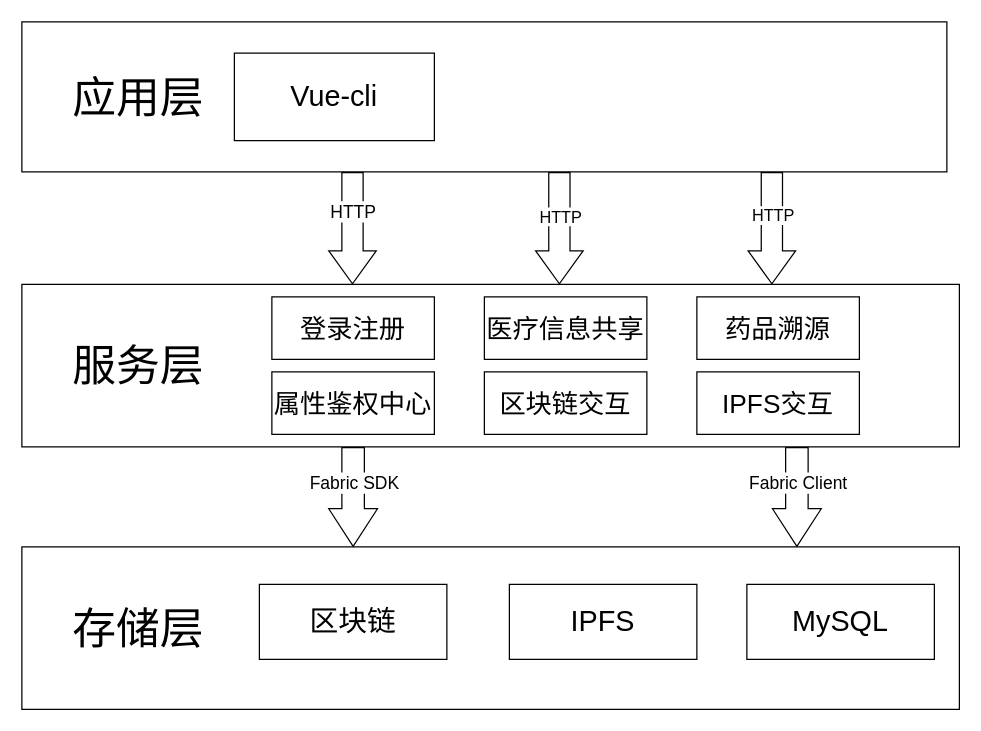
The draw.io diagram 未命名绘图.drawio in hsy145/remote-test, before the edit. Source tidied: cells renumbered, new cells numbered last; positions are measured from the earlier drawing's top-left corner, leaving out a move shared by most shapes. Both pictures are drawn from the tidied source at 125%, with x=0, y=0 at pixel (21, 21).
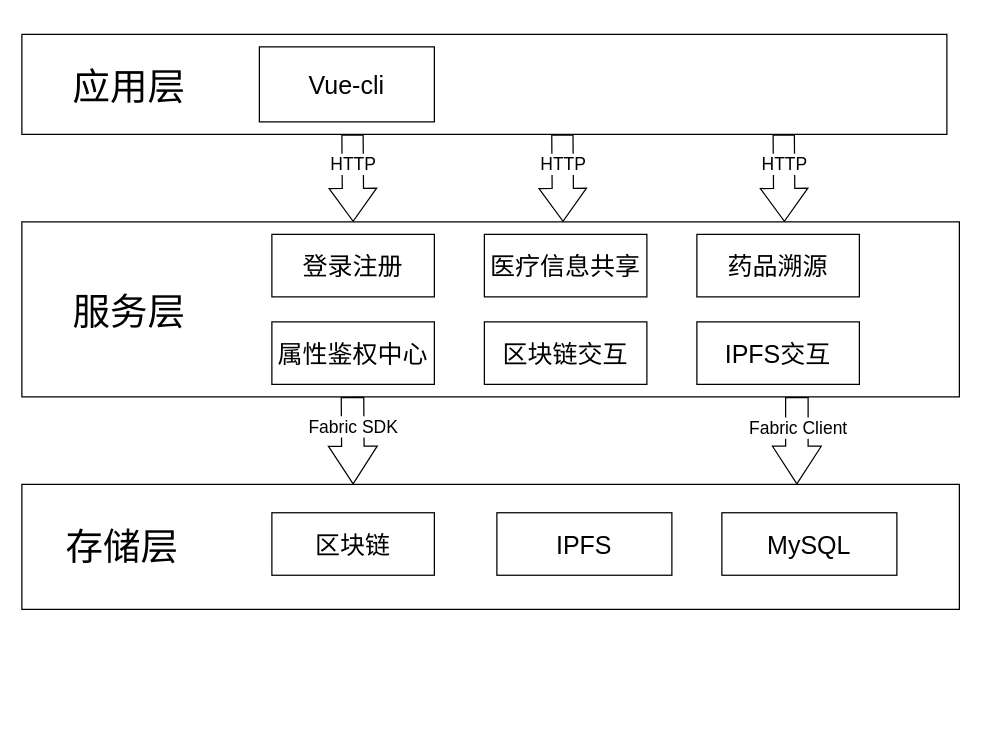
The same diagram, later.

What changed in the source:
```diff
@@
-    <mxCell id="2" value="&lt;font style=&quot;font-size: 35px;&quot;&gt;&amp;nbsp; &amp;nbsp; 应用层&amp;nbsp; &amp;nbsp;&lt;/font&gt;" style="rounded=0;whiteSpace=wrap;html=1;align=left;" parent="1" vertex="1">
-      <mxGeometry width="740" height="120" as="geometry" />
+    <mxCell id="2" value="&lt;font style=&quot;font-size: 35px;&quot;&gt;&amp;nbsp; &amp;nbsp; &lt;/font&gt;&lt;font style=&quot;font-size: 30px;&quot;&gt;应用层&lt;/font&gt;&lt;font style=&quot;font-size: 35px;&quot;&gt;&amp;nbsp; &amp;nbsp;&lt;/font&gt;" style="rounded=0;whiteSpace=wrap;html=1;align=left;" parent="1" vertex="1">
+      <mxGeometry y="10" width="740" height="80" as="geometry" />
     </mxCell>
-    <mxCell id="3" value="&lt;font style=&quot;font-size: 23px;&quot;&gt;Vue-cli&lt;/font&gt;" style="rounded=0;whiteSpace=wrap;html=1;" parent="1" vertex="1">
-      <mxGeometry x="170" y="25" width="160" height="70" as="geometry" />
+    <mxCell id="3" value="&lt;font style=&quot;font-size: 20px;&quot;&gt;Vue-cli&lt;/font&gt;" style="rounded=0;whiteSpace=wrap;html=1;" parent="1" vertex="1">
+      <mxGeometry x="190" y="20" width="140" height="60" as="geometry" />
     </mxCell>
+    <mxCell id="25" style="group;" parent="1" vertex="1">
+      <mxGeometry y="160" width="750" height="140" as="geometry" />
+    </mxCell>
-    <mxCell id="4" value="&lt;font style=&quot;font-size: 35px;&quot;&gt;&amp;nbsp; &amp;nbsp; 服务层&amp;nbsp; &amp;nbsp;&lt;/font&gt;" style="rounded=0;whiteSpace=wrap;html=1;align=left;" parent="1" vertex="1">
-      <mxGeometry y="210" width="750" height="130" as="geometry" />
+    <mxCell id="4" value="&lt;font style=&quot;font-size: 35px;&quot;&gt;&amp;nbsp; &amp;nbsp; &lt;/font&gt;&lt;font style=&quot;font-size: 30px;&quot;&gt;服务层&lt;/font&gt;&lt;font style=&quot;font-size: 35px;&quot;&gt;&amp;nbsp; &amp;nbsp;&lt;/font&gt;" style="rounded=0;whiteSpace=wrap;html=1;align=left;" parent="25" vertex="1">
+      <mxGeometry width="750" height="140" as="geometry" />
     </mxCell>
-    <mxCell id="5" value="&lt;font style=&quot;font-size: 21px;&quot;&gt;登录注册&lt;/font&gt;" style="rounded=0;whiteSpace=wrap;html=1;" parent="1" vertex="1">
-      <mxGeometry x="200" y="220" width="130" height="50" as="geometry" />
+    <mxCell id="5" value="&lt;font style=&quot;font-size: 20px;&quot;&gt;登录注册&lt;/font&gt;" style="rounded=0;whiteSpace=wrap;html=1;" parent="25" vertex="1">
+      <mxGeometry x="200" y="10" width="130" height="50" as="geometry" />
     </mxCell>
-    <mxCell id="6" value="&lt;font style=&quot;font-size: 21px;&quot;&gt;医疗信息共享&lt;/font&gt;" style="rounded=0;whiteSpace=wrap;html=1;" parent="1" vertex="1">
-      <mxGeometry x="370" y="220" width="130" height="50" as="geometry" />
+    <mxCell id="6" value="&lt;font style=&quot;font-size: 20px;&quot;&gt;医疗信息共享&lt;/font&gt;" style="rounded=0;whiteSpace=wrap;html=1;" parent="25" vertex="1">
+      <mxGeometry x="370" y="10" width="130" height="50" as="geometry" />
     </mxCell>
-    <mxCell id="7" value="&lt;font style=&quot;font-size: 21px;&quot;&gt;药品溯源&lt;/font&gt;" style="rounded=0;whiteSpace=wrap;html=1;" parent="1" vertex="1">
-      <mxGeometry x="540" y="220" width="130" height="50" as="geometry" />
+    <mxCell id="7" value="&lt;font style=&quot;font-size: 20px;&quot;&gt;药品溯源&lt;/font&gt;" style="rounded=0;whiteSpace=wrap;html=1;" parent="25" vertex="1">
+      <mxGeometry x="540" y="10" width="130" height="50" as="geometry" />
     </mxCell>
-    <mxCell id="8" value="&lt;font style=&quot;font-size: 21px;&quot;&gt;IPFS交互&lt;/font&gt;" style="rounded=0;whiteSpace=wrap;html=1;" parent="1" vertex="1">
-      <mxGeometry x="540" y="280" width="130" height="50" as="geometry" />
+    <mxCell id="8" value="&lt;font style=&quot;font-size: 20px;&quot;&gt;IPFS交互&lt;/font&gt;" style="rounded=0;whiteSpace=wrap;html=1;" parent="25" vertex="1">
+      <mxGeometry x="540" y="80" width="130" height="50" as="geometry" />
     </mxCell>
-    <mxCell id="9" value="&lt;font style=&quot;font-size: 21px;&quot;&gt;区块链交互&lt;/font&gt;" style="rounded=0;whiteSpace=wrap;html=1;" parent="1" vertex="1">
-      <mxGeometry x="370" y="280" width="130" height="50" as="geometry" />
+    <mxCell id="9" value="&lt;font style=&quot;font-size: 20px;&quot;&gt;区块链交互&lt;/font&gt;" style="rounded=0;whiteSpace=wrap;html=1;" parent="25" vertex="1">
+      <mxGeometry x="370" y="80" width="130" height="50" as="geometry" />
     </mxCell>
-    <mxCell id="10" value="&lt;font style=&quot;font-size: 21px;&quot;&gt;属性鉴权中心&lt;/font&gt;" style="rounded=0;whiteSpace=wrap;html=1;" parent="1" vertex="1">
-      <mxGeometry x="200" y="280" width="130" height="50" as="geometry" />
+    <mxCell id="10" value="&lt;font style=&quot;font-size: 20px;&quot;&gt;属性鉴权中心&lt;/font&gt;" style="rounded=0;whiteSpace=wrap;html=1;" parent="25" vertex="1">
+      <mxGeometry x="200" y="80" width="130" height="50" as="geometry" />
     </mxCell>
-    <mxCell id="11" style="shape=flexArrow;endArrow=classic;html=1;rounded=0;exitX=0.322;exitY=1;exitDx=0;exitDy=0;exitPerimeter=0;width=17;endSize=8.44;" parent="1" edge="1">
-      <mxGeometry relative="1" as="geometry">
-        <mxPoint x="430" y="120" as="sourcePoint" />
-        <mxPoint x="430" y="210" as="targetPoint" />
-      </mxGeometry>
-    </mxCell>
-    <mxCell id="12" value="&lt;font style=&quot;font-size: 13px;&quot;&gt;HTTP&lt;/font&gt;" style="edgeLabel;html=1;align=center;verticalAlign=middle;" parent="11" vertex="1">
-      <mxGeometry x="-0.22" y="3" relative="1" as="geometry">
-        <mxPoint x="-3" as="offset" />
-      </mxGeometry>
-    </mxCell>
-    <mxCell id="13" style="shape=flexArrow;endArrow=classic;html=1;rounded=0;exitX=0.322;exitY=1;exitDx=0;exitDy=0;exitPerimeter=0;width=17;endSize=8.44;" parent="1" edge="1">
-      <mxGeometry relative="1" as="geometry">
-        <mxPoint x="600" y="120" as="sourcePoint" />
-        <mxPoint x="600" y="210" as="targetPoint" />
-      </mxGeometry>
-    </mxCell>
-    <mxCell id="14" value="&lt;font style=&quot;font-size: 13px;&quot;&gt;HTTP&lt;/font&gt;" style="edgeLabel;html=1;align=center;verticalAlign=middle;" parent="13" vertex="1">
-      <mxGeometry x="-0.24" relative="1" as="geometry" />
-    </mxCell>
-    <mxCell id="15" style="shape=flexArrow;endArrow=classic;html=1;rounded=0;exitX=0.322;exitY=1;exitDx=0;exitDy=0;exitPerimeter=0;width=17;endSize=8.44;" parent="1" edge="1">
-      <mxGeometry relative="1" as="geometry">
-        <mxPoint x="264.5" y="120" as="sourcePoint" />
-        <mxPoint x="264.5" y="210" as="targetPoint" />
-      </mxGeometry>
-    </mxCell>
-    <mxCell id="16" value="&lt;font style=&quot;font-size: 14px;&quot;&gt;HTTP&lt;/font&gt;" style="edgeLabel;html=1;align=center;verticalAlign=middle;" parent="15" vertex="1">
-      <mxGeometry x="-0.31" relative="1" as="geometry" />
-    </mxCell>
+    <mxCell id="26" style="group;" parent="1" vertex="1">
+      <mxGeometry x="264.5" y="300" width="355.5" height="70" as="geometry" />
+    </mxCell>
+    <mxCell id="21" style="shape=flexArrow;endArrow=classic;html=1;rounded=0;width=18;endSize=9.67;startSize=9.67;" parent="26" edge="1">
+      <mxGeometry relative="1" as="geometry">
+        <mxPoint as="sourcePoint" />
+        <mxPoint x="0.5" y="70" as="targetPoint" />
+      </mxGeometry>
+    </mxCell>
+    <mxCell id="22" value="&lt;font style=&quot;font-size: 14px;&quot;&gt;Fabric SDK&lt;/font&gt;" style="edgeLabel;html=1;align=center;verticalAlign=middle;" parent="21" vertex="1">
+      <mxGeometry x="-0.31" relative="1" as="geometry" />
+    </mxCell>
+    <mxCell id="23" style="shape=flexArrow;endArrow=classic;html=1;rounded=0;width=18;endSize=9.67;startSize=9.67;" parent="26" edge="1">
+      <mxGeometry relative="1" as="geometry">
+        <mxPoint x="355.5" as="sourcePoint" />
+        <mxPoint x="355.5" y="70" as="targetPoint" />
+      </mxGeometry>
+    </mxCell>
+    <mxCell id="24" value="&lt;font style=&quot;font-size: 14px;&quot;&gt;Fabric Client&lt;/font&gt;" style="edgeLabel;html=1;align=center;verticalAlign=middle;" parent="23" vertex="1">
+      <mxGeometry x="-0.31" relative="1" as="geometry" />
+    </mxCell>
+    <mxCell id="27" style="group;" parent="1" vertex="1">
+      <mxGeometry y="370" width="750" height="100" as="geometry" />
+    </mxCell>
-    <mxCell id="17" value="&lt;font style=&quot;font-size: 35px;&quot;&gt;&amp;nbsp; &amp;nbsp; 存储层&amp;nbsp; &amp;nbsp;&lt;/font&gt;" style="rounded=0;whiteSpace=wrap;html=1;align=left;" parent="1" vertex="1">
-      <mxGeometry y="420" width="750" height="130" as="geometry" />
+    <mxCell id="17" value="&lt;font style=&quot;font-size: 30px;&quot;&gt;&amp;nbsp; &amp;nbsp; 存储层&amp;nbsp; &amp;nbsp;&lt;/font&gt;" style="rounded=0;whiteSpace=wrap;html=1;align=left;" parent="27" vertex="1">
+      <mxGeometry width="750" height="100" as="geometry" />
     </mxCell>
-    <mxCell id="18" value="&lt;font style=&quot;font-size: 23px;&quot;&gt;区块链&lt;/font&gt;" style="rounded=0;whiteSpace=wrap;html=1;" parent="1" vertex="1">
-      <mxGeometry x="190" y="450" width="150" height="60" as="geometry" />
+    <mxCell id="18" value="&lt;font style=&quot;font-size: 20px;&quot;&gt;区块链&lt;/font&gt;" style="rounded=0;whiteSpace=wrap;html=1;" parent="27" vertex="1">
+      <mxGeometry x="200" y="22.7" width="130" height="50" as="geometry" />
     </mxCell>
-    <mxCell id="19" value="&lt;font style=&quot;font-size: 23px;&quot;&gt;IPFS&lt;/font&gt;" style="rounded=0;whiteSpace=wrap;html=1;" parent="1" vertex="1">
-      <mxGeometry x="390" y="450" width="150" height="60" as="geometry" />
+    <mxCell id="19" value="&lt;font style=&quot;font-size: 20px;&quot;&gt;IPFS&lt;/font&gt;" style="rounded=0;whiteSpace=wrap;html=1;" parent="27" vertex="1">
+      <mxGeometry x="380" y="22.7" width="140" height="50" as="geometry" />
     </mxCell>
-    <mxCell id="20" value="&lt;span style=&quot;font-size: 23px;&quot;&gt;MySQL&lt;/span&gt;" style="rounded=0;whiteSpace=wrap;html=1;" parent="1" vertex="1">
-      <mxGeometry x="580" y="450" width="150" height="60" as="geometry" />
+    <mxCell id="20" value="&lt;font style=&quot;font-size: 20px;&quot;&gt;MySQL&lt;/font&gt;" style="rounded=0;whiteSpace=wrap;html=1;" parent="27" vertex="1">
+      <mxGeometry x="560" y="22.7" width="140" height="50" as="geometry" />
     </mxCell>
-    <mxCell id="21" style="shape=flexArrow;endArrow=classic;html=1;rounded=0;width=18;endSize=9.67;startSize=9.67;" parent="1" edge="1">
-      <mxGeometry relative="1" as="geometry">
-        <mxPoint x="265" y="340" as="sourcePoint" />
-        <mxPoint x="265" y="420" as="targetPoint" />
-      </mxGeometry>
-    </mxCell>
-    <mxCell id="22" value="&lt;font style=&quot;font-size: 14px;&quot;&gt;Fabric SDK&lt;/font&gt;" style="edgeLabel;html=1;align=center;verticalAlign=middle;" parent="21" vertex="1">
-      <mxGeometry x="-0.31" relative="1" as="geometry" />
-    </mxCell>
-    <mxCell id="23" style="shape=flexArrow;endArrow=classic;html=1;rounded=0;width=18;endSize=9.67;startSize=9.67;" parent="1" edge="1">
-      <mxGeometry relative="1" as="geometry">
-        <mxPoint x="620" y="340" as="sourcePoint" />
-        <mxPoint x="620" y="420" as="targetPoint" />
-      </mxGeometry>
-    </mxCell>
-    <mxCell id="24" value="&lt;font style=&quot;font-size: 14px;&quot;&gt;Fabric Client&lt;/font&gt;" style="edgeLabel;html=1;align=center;verticalAlign=middle;" parent="23" vertex="1">
-      <mxGeometry x="-0.31" relative="1" as="geometry" />
-    </mxCell>
+    <mxCell id="28" style="group;" parent="1" vertex="1">
+      <mxGeometry x="264.5" y="90" width="345.5" height="70" as="geometry" />
+    </mxCell>
+    <mxCell id="15" style="shape=flexArrow;endArrow=classic;html=1;rounded=0;exitX=0.322;exitY=1;exitDx=0;exitDy=0;exitPerimeter=0;width=17;endSize=8.44;" parent="28" edge="1">
+      <mxGeometry relative="1" as="geometry">
+        <mxPoint as="sourcePoint" />
+        <mxPoint x="0.5" y="70" as="targetPoint" />
+      </mxGeometry>
+    </mxCell>
+    <mxCell id="16" value="&lt;font style=&quot;font-size: 14px;&quot;&gt;HTTP&lt;/font&gt;" style="edgeLabel;html=1;align=center;verticalAlign=middle;" parent="15" vertex="1">
+      <mxGeometry x="-0.31" relative="1" as="geometry" />
+    </mxCell>
+    <mxCell id="29" style="shape=flexArrow;endArrow=classic;html=1;rounded=0;exitX=0.322;exitY=1;exitDx=0;exitDy=0;exitPerimeter=0;width=17;endSize=8.44;" parent="28" edge="1">
+      <mxGeometry relative="1" as="geometry">
+        <mxPoint x="345" as="sourcePoint" />
+        <mxPoint x="345.5" y="70" as="targetPoint" />
+      </mxGeometry>
+    </mxCell>
+    <mxCell id="30" value="&lt;font style=&quot;font-size: 14px;&quot;&gt;HTTP&lt;/font&gt;" style="edgeLabel;html=1;align=center;verticalAlign=middle;" parent="29" vertex="1">
+      <mxGeometry x="-0.31" relative="1" as="geometry" />
+    </mxCell>
+    <mxCell id="31" style="shape=flexArrow;endArrow=classic;html=1;rounded=0;exitX=0.322;exitY=1;exitDx=0;exitDy=0;exitPerimeter=0;width=17;endSize=8.44;" parent="28" edge="1">
+      <mxGeometry relative="1" as="geometry">
+        <mxPoint x="167.9" as="sourcePoint" />
+        <mxPoint x="168.4" y="70" as="targetPoint" />
+      </mxGeometry>
+    </mxCell>
+    <mxCell id="32" value="&lt;font style=&quot;font-size: 14px;&quot;&gt;HTTP&lt;/font&gt;" style="edgeLabel;html=1;align=center;verticalAlign=middle;" parent="31" vertex="1">
+      <mxGeometry x="-0.31" relative="1" as="geometry" />
+    </mxCell>
```
